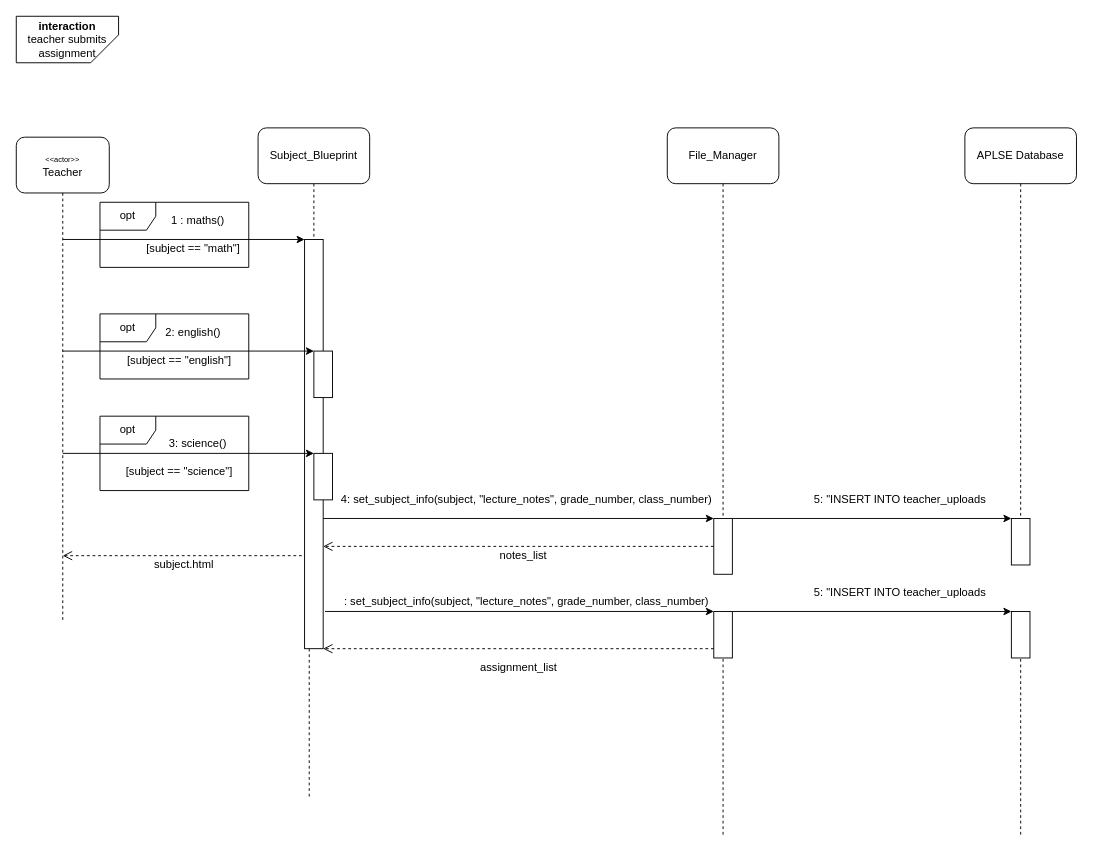
The draw.io diagram Untitled Diagram.drawio in shamarnelson/COMP214O-Project, before the edit. Source tidied: cells renumbered, new cells numbered last; positions are measured from the earlier drawing's top-left corner, leaving out a move shared by most shapes. Both pictures are drawn from the tidied source at 93%, with x=0, y=0 at pixel (16, 16).
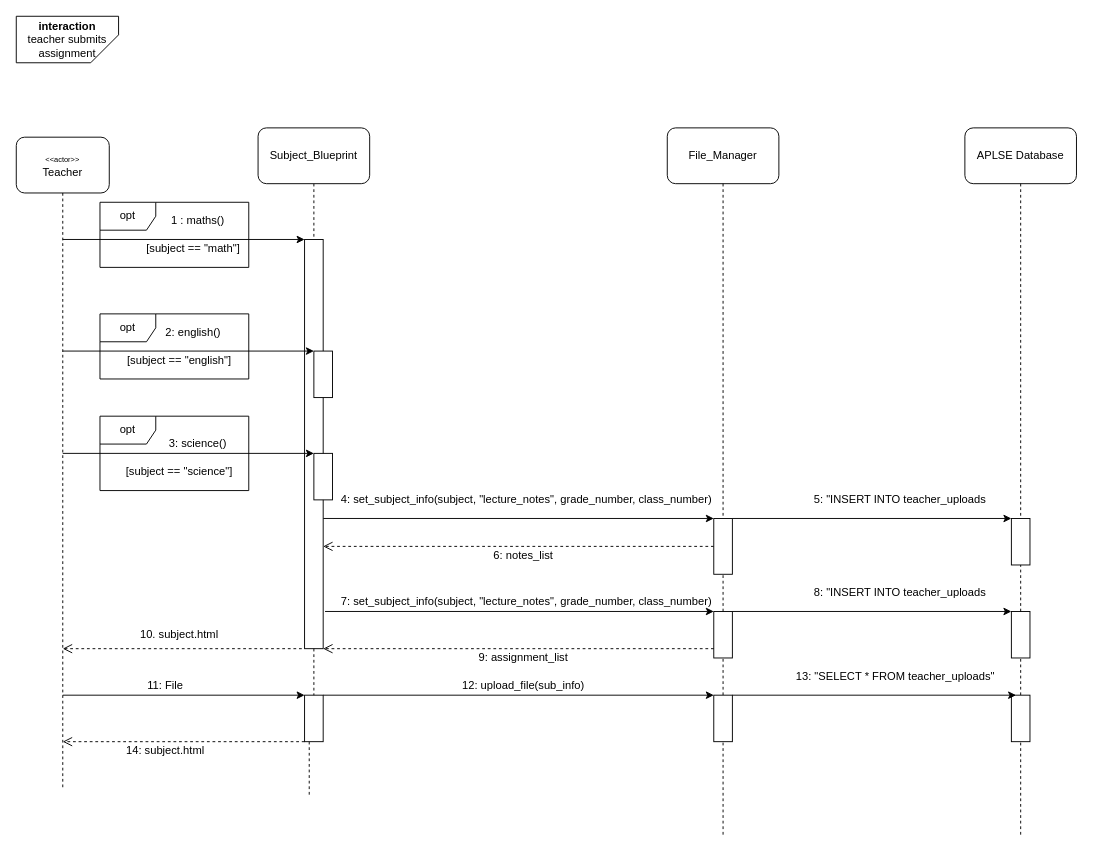
The same diagram, later.

Unchanged cells that the change refers to:
```xml
<mxCell id="3" value="&lt;font style=&quot;font-size: 8px&quot;&gt;&amp;lt;&amp;lt;actor&amp;gt;&amp;gt;&lt;/font&gt;&lt;br&gt;Teacher" style="rounded=1;whiteSpace=wrap;html=1;" parent="1" vertex="1">
  <mxGeometry y="130" width="100" height="60" as="geometry" />
</mxCell>
<mxCell id="24" style="rounded=0;whiteSpace=wrap;html=1;direction=south;" parent="1" vertex="1">
  <mxGeometry x="310" y="240" width="20" height="440" as="geometry" />
</mxCell>
<mxCell id="35" style="rounded=0;whiteSpace=wrap;html=1;direction=south;" parent="1" vertex="1">
  <mxGeometry x="750" y="540" width="20" height="60" as="geometry" />
</mxCell>
<mxCell id="40" style="rounded=0;whiteSpace=wrap;html=1;direction=south;" parent="1" vertex="1">
  <mxGeometry x="750" y="640" width="20" height="50" as="geometry" />
</mxCell>
<mxCell id="41" style="rounded=0;whiteSpace=wrap;html=1;direction=south;" parent="1" vertex="1">
  <mxGeometry x="1070" y="640" width="20" height="50" as="geometry" />
</mxCell>
```

Diff of the diagram source:
```diff
@@
     <mxCell id="6" style="endArrow=none;dashed=1;html=1;exitX=0.5;exitY=1;exitDx=0;exitDy=0;" parent="1" edge="1" source="3">
       <mxGeometry relative="1" as="geometry">
-        <mxPoint x="50" y="650" as="targetPoint" />
+        <mxPoint x="50" y="830" as="targetPoint" />
       </mxGeometry>
     </mxCell>
@@
-    <mxCell id="14" style="endArrow=none;dashed=1;html=1;exitX=1;exitY=0.75;exitDx=0;exitDy=0;" parent="1" edge="1" source="24">
+    <mxCell id="14" style="endArrow=none;dashed=1;html=1;exitX=1;exitY=0.75;exitDx=0;exitDy=0;" parent="1" edge="1" source="48">
       <mxGeometry relative="1" as="geometry">
         <mxPoint x="315" y="840" as="targetPoint" />
       </mxGeometry>
     </mxCell>
-    <mxCell id="15" style="endArrow=none;dashed=1;html=1;entryX=1;entryY=0.5;entryDx=0;entryDy=0;" parent="1" edge="1" target="40">
-      <mxGeometry relative="1" as="geometry">
-        <mxPoint x="760" y="880" as="sourcePoint" />
-      </mxGeometry>
+    <mxCell id="15" style="endArrow=none;dashed=1;html=1;entryX=1;entryY=0.5;entryDx=0;entryDy=0;" parent="1" edge="1" source="52" target="40">
+      <mxGeometry relative="1" as="geometry" />
     </mxCell>
-    <mxCell id="16" style="endArrow=none;dashed=1;html=1;entryX=1;entryY=0.5;entryDx=0;entryDy=0;" parent="1" edge="1" target="41">
-      <mxGeometry relative="1" as="geometry">
-        <mxPoint x="1080" y="880" as="sourcePoint" />
-      </mxGeometry>
+    <mxCell id="16" style="endArrow=none;dashed=1;html=1;entryX=1;entryY=0.5;entryDx=0;entryDy=0;" parent="1" edge="1" source="55" target="41">
+      <mxGeometry relative="1" as="geometry" />
     </mxCell>
@@
     <mxCell id="19" style="html=1;verticalAlign=bottom;endArrow=open;dashed=1;endSize=8;" parent="1" edge="1">
       <mxGeometry relative="1" as="geometry">
-        <mxPoint x="307" y="580" as="sourcePoint" />
-        <mxPoint x="50" y="580" as="targetPoint" />
+        <mxPoint x="307" y="680" as="sourcePoint" />
+        <mxPoint x="50" y="680" as="targetPoint" />
       </mxGeometry>
     </mxCell>
-    <mxCell id="20" value="subject.html" style="text;html=1;align=center;verticalAlign=middle;" parent="1" vertex="1">
-      <mxGeometry x="140" y="580" width="80" height="20" as="geometry" />
+    <mxCell id="20" value="10. subject.html" style="text;html=1;align=center;verticalAlign=middle;" parent="1" vertex="1">
+      <mxGeometry x="125" y="655" width="100" height="20" as="geometry" />
     </mxCell>
@@
-    <mxCell id="39" value="notes_list" style="text;html=1;align=center;verticalAlign=middle;" parent="1" vertex="1">
-      <mxGeometry x="510" y="570" width="70" height="20" as="geometry" />
+    <mxCell id="39" value="6: notes_list" style="text;html=1;align=center;verticalAlign=middle;" parent="1" vertex="1">
+      <mxGeometry x="505" y="570" width="80" height="20" as="geometry" />
     </mxCell>
@@
-    <mxCell id="43" value="5: &quot;INSERT INTO teacher_uploads" style="text;html=1;align=center;verticalAlign=middle;" parent="1" vertex="1">
+    <mxCell id="43" value="8: &quot;INSERT INTO teacher_uploads" style="text;html=1;align=center;verticalAlign=middle;" parent="1" vertex="1">
       <mxGeometry x="850" y="610" width="200" height="20" as="geometry" />
     </mxCell>
-    <mxCell id="44" value="assignment_list" style="text;html=1;align=center;verticalAlign=middle;" parent="1" vertex="1">
-      <mxGeometry x="490" y="690" width="100" height="20" as="geometry" />
+    <mxCell id="44" value="9: assignment_list" style="text;html=1;align=center;verticalAlign=middle;" parent="1" vertex="1">
+      <mxGeometry x="490" y="680" width="110" height="20" as="geometry" />
     </mxCell>
-    <mxCell id="45" value=": set_subject_info(subject, &quot;lecture_notes&quot;, grade_number, class_number)&amp;nbsp;" style="text;html=1;align=center;verticalAlign=middle;" parent="1" vertex="1">
-      <mxGeometry x="345" y="620" width="410" height="20" as="geometry" />
+    <mxCell id="45" value="7: set_subject_info(subject, &quot;lecture_notes&quot;, grade_number, class_number)&amp;nbsp;" style="text;html=1;align=center;verticalAlign=middle;" parent="1" vertex="1">
+      <mxGeometry x="340" y="620" width="420" height="20" as="geometry" />
     </mxCell>
@@
+    <mxCell id="47" style="endArrow=classic;html=1;entryX=0;entryY=1;entryDx=0;entryDy=0;" parent="1" edge="1" target="48">
+      <mxGeometry relative="1" as="geometry">
+        <mxPoint x="50" y="730" as="sourcePoint" />
+      </mxGeometry>
+    </mxCell>
+    <mxCell id="48" style="rounded=0;whiteSpace=wrap;html=1;direction=south;" parent="1" vertex="1">
+      <mxGeometry x="310" y="730" width="20" height="50" as="geometry" />
+    </mxCell>
+    <mxCell id="49" style="endArrow=none;dashed=1;html=1;exitX=1;exitY=0.5;exitDx=0;exitDy=0;" parent="1" edge="1" source="24" target="48">
+      <mxGeometry relative="1" as="geometry" />
+    </mxCell>
+    <mxCell id="50" value="11: File" style="text;html=1;align=center;verticalAlign=middle;" parent="1" vertex="1">
+      <mxGeometry x="135" y="710" width="50" height="20" as="geometry" />
+    </mxCell>
+    <mxCell id="51" style="endArrow=classic;html=1;exitX=0;exitY=0;exitDx=0;exitDy=0;entryX=0;entryY=1;entryDx=0;entryDy=0;" parent="1" edge="1" source="48" target="52">
+      <mxGeometry relative="1" as="geometry" />
+    </mxCell>
+    <mxCell id="52" style="rounded=0;whiteSpace=wrap;html=1;direction=south;" parent="1" vertex="1">
+      <mxGeometry x="750" y="730" width="20" height="50" as="geometry" />
+    </mxCell>
+    <mxCell id="53" style="endArrow=none;dashed=1;html=1;entryX=1;entryY=0.5;entryDx=0;entryDy=0;" parent="1" edge="1" target="52">
+      <mxGeometry relative="1" as="geometry">
+        <mxPoint x="760" y="880" as="sourcePoint" />
+      </mxGeometry>
+    </mxCell>
+    <mxCell id="54" value="12: upload_file(sub_info)" style="text;html=1;align=center;verticalAlign=middle;" parent="1" vertex="1">
+      <mxGeometry x="470" y="710" width="150" height="20" as="geometry" />
+    </mxCell>
+    <mxCell id="55" style="rounded=0;whiteSpace=wrap;html=1;direction=south;" parent="1" vertex="1">
+      <mxGeometry x="1070" y="730" width="20" height="50" as="geometry" />
+    </mxCell>
+    <mxCell id="56" style="endArrow=none;dashed=1;html=1;entryX=1;entryY=0.5;entryDx=0;entryDy=0;" parent="1" edge="1" target="55">
+      <mxGeometry relative="1" as="geometry">
+        <mxPoint x="1080" y="880" as="sourcePoint" />
+      </mxGeometry>
+    </mxCell>
+    <mxCell id="57" style="endArrow=none;dashed=1;html=1;" parent="1" edge="1">
+      <mxGeometry relative="1" as="geometry">
+        <mxPoint x="1080" y="640" as="sourcePoint" />
+        <mxPoint x="1080" y="590" as="targetPoint" />
+      </mxGeometry>
+    </mxCell>
+    <mxCell id="58" style="endArrow=none;dashed=1;html=1;entryX=1;entryY=0.5;entryDx=0;entryDy=0;exitX=0;exitY=0.5;exitDx=0;exitDy=0;" parent="1" edge="1" source="40" target="35">
+      <mxGeometry relative="1" as="geometry" />
+    </mxCell>
+    <mxCell id="59" style="html=1;verticalAlign=bottom;endArrow=open;dashed=1;endSize=8;" parent="1" edge="1">
+      <mxGeometry relative="1" as="geometry">
+        <mxPoint x="310" y="780" as="sourcePoint" />
+        <mxPoint x="50" y="780" as="targetPoint" />
+      </mxGeometry>
+    </mxCell>
+    <mxCell id="60" value="14: subject.html" style="text;html=1;align=center;verticalAlign=middle;" parent="1" vertex="1">
+      <mxGeometry x="110" y="780" width="100" height="20" as="geometry" />
+    </mxCell>
+    <mxCell id="61" style="endArrow=classic;html=1;exitX=0;exitY=0;exitDx=0;exitDy=0;entryX=0;entryY=0.75;entryDx=0;entryDy=0;" parent="1" edge="1" source="52" target="55">
+      <mxGeometry relative="1" as="geometry" />
+    </mxCell>
+    <mxCell id="62" value="13: &quot;SELECT * FROM teacher_uploads&quot;" style="text;html=1;align=center;verticalAlign=middle;" parent="1" vertex="1">
+      <mxGeometry x="830" y="700" width="230" height="20" as="geometry" />
+    </mxCell>
```
